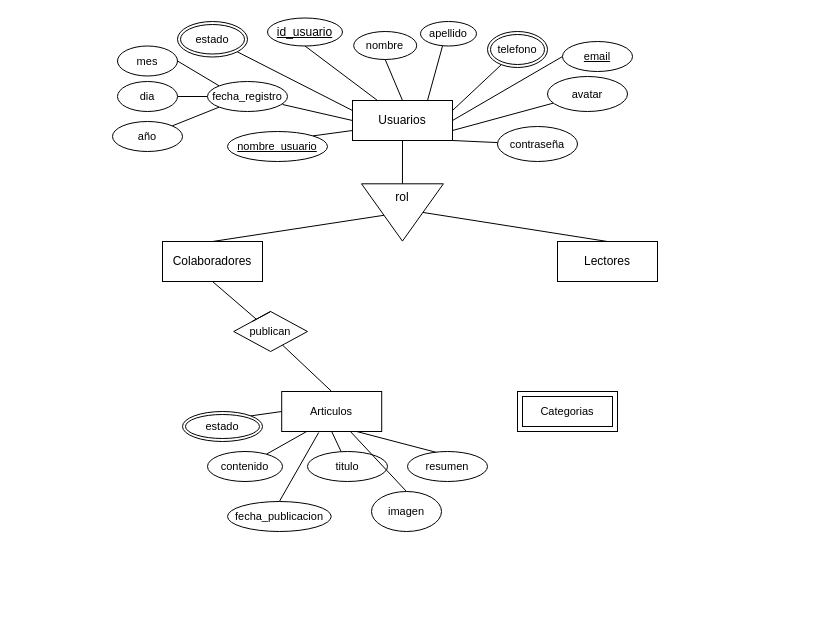
Before: Desafio_s5.drawio in mauricioarcez/desafios_info, a draw.io diagram. Source tidied: cells renumbered, new cells numbered last; positions are measured from the earlier drawing's top-left corner, leaving out a move shared by most shapes. Both pictures are drawn from the tidied source at 100%, with x=0, y=0 at pixel (112, 17).
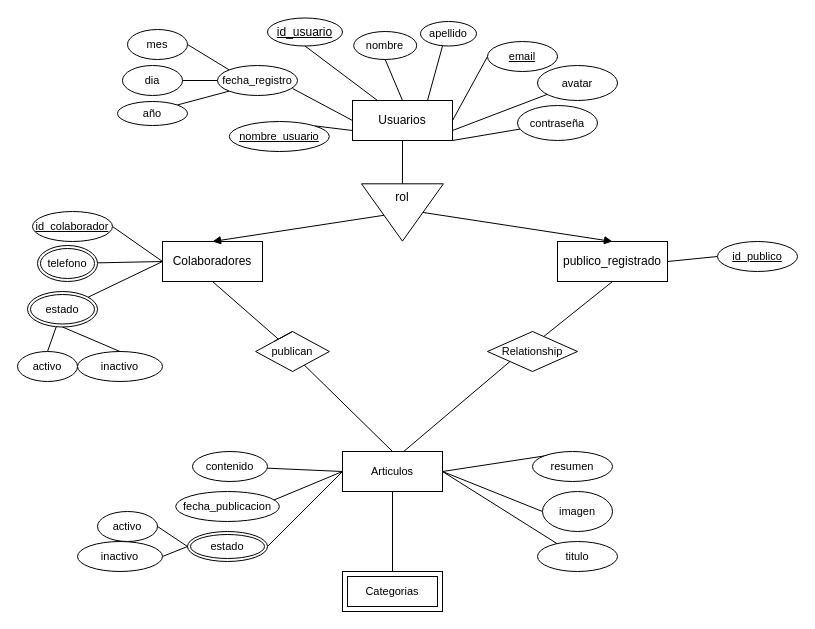
After the change.

The change refers to these unchanged cells:
```xml
<mxCell id="13" value="Usuarios" style="whiteSpace=wrap;html=1;align=center;" parent="1" vertex="1">
  <mxGeometry x="240" y="83" width="100" height="40" as="geometry" />
</mxCell>
<mxCell id="15" value="Colaboradores" style="whiteSpace=wrap;html=1;align=center;" parent="1" vertex="1">
  <mxGeometry x="50" y="224" width="100" height="40" as="geometry" />
</mxCell>
<mxCell id="17" value="rol" style="triangle;rotation=90;verticalAlign=top;align=center;labelPosition=center;verticalLabelPosition=middle;html=1;whiteSpace=wrap;spacing=2;spacingBottom=5;spacingLeft=0;spacingRight=0;fontSize=12;horizontal=0;spacingTop=0;" parent="1" vertex="1">
  <mxGeometry x="261.3" y="154" width="57.3" height="81.9" as="geometry" />
</mxCell>
```

Change to the diagram source:
```diff
@@
-    <mxCell id="6" style="edgeStyle=none;shape=connector;rounded=0;jettySize=auto;html=1;exitX=1;exitY=0.25;exitDx=0;exitDy=0;labelBackgroundColor=default;strokeColor=default;fontFamily=Helvetica;fontSize=11;fontColor=default;endArrow=none;endFill=0;" parent="1" edge="1" source="13" target="28">
+    <mxCell id="6" style="edgeStyle=none;shape=connector;rounded=0;jettySize=auto;html=1;exitX=0;exitY=0.5;exitDx=0;exitDy=0;labelBackgroundColor=default;strokeColor=default;fontFamily=Helvetica;fontSize=11;fontColor=default;endArrow=none;endFill=0;" parent="1" edge="1" source="15" target="28">
       <mxGeometry relative="1" as="geometry" />
     </mxCell>
-    <mxCell id="7" style="edgeStyle=none;shape=connector;rounded=0;jettySize=auto;html=1;labelBackgroundColor=default;strokeColor=default;fontFamily=Helvetica;fontSize=11;fontColor=default;endArrow=none;endFill=0;exitX=0;exitY=0.25;exitDx=0;exitDy=0;" parent="1" edge="1" source="13" target="29">
+    <mxCell id="7" style="edgeStyle=none;shape=connector;rounded=0;jettySize=auto;html=1;labelBackgroundColor=default;strokeColor=default;fontFamily=Helvetica;fontSize=11;fontColor=default;endArrow=none;endFill=0;exitX=0;exitY=0.5;exitDx=0;exitDy=0;" parent="1" edge="1" source="15" target="29">
       <mxGeometry relative="1" as="geometry" />
     </mxCell>
@@
+    <mxCell id="56" style="edgeStyle=none;shape=connector;rounded=0;jettySize=auto;html=1;exitX=0;exitY=0.5;exitDx=0;exitDy=0;entryX=1;entryY=0.5;entryDx=0;entryDy=0;labelBackgroundColor=default;strokeColor=default;fontFamily=Helvetica;fontSize=11;fontColor=default;endArrow=none;endFill=0;" parent="1" edge="1" source="15" target="64">
+      <mxGeometry relative="1" as="geometry" />
+    </mxCell>
@@
+    <mxCell id="57" style="rounded=0;jettySize=auto;html=1;exitX=0;exitY=1;exitDx=0;exitDy=0;endArrow=none;endFill=0;entryX=0.6;entryY=0.025;entryDx=0;entryDy=0;entryPerimeter=0;" parent="1" edge="1" source="62" target="26">
+      <mxGeometry relative="1" as="geometry" />
+    </mxCell>
+    <mxCell id="58" style="edgeStyle=none;shape=connector;rounded=0;jettySize=auto;html=1;exitX=1;exitY=0.5;exitDx=0;exitDy=0;entryX=0;entryY=0.5;entryDx=0;entryDy=0;labelBackgroundColor=default;strokeColor=default;fontFamily=Helvetica;fontSize=11;fontColor=default;endArrow=none;endFill=0;" parent="1" edge="1" source="16" target="65">
+      <mxGeometry relative="1" as="geometry" />
+    </mxCell>
-    <mxCell id="16" value="Lectores" style="whiteSpace=wrap;html=1;align=center;" parent="1" vertex="1">
-      <mxGeometry x="445" y="224" width="100" height="40" as="geometry" />
+    <mxCell id="16" value="publico_registrado" style="whiteSpace=wrap;html=1;align=center;" parent="1" vertex="1">
+      <mxGeometry x="445" y="224" width="110" height="40" as="geometry" />
     </mxCell>
@@
-    <mxCell id="18" style="endArrow=none;html=1;rounded=0;exitX=0.5;exitY=0;exitDx=0;exitDy=0;" parent="1" edge="1" source="15" target="17">
+    <mxCell id="18" style="endArrow=none;html=1;rounded=0;exitX=0.5;exitY=0;exitDx=0;exitDy=0;endFill=0;startArrow=block;startFill=1;" parent="1" edge="1" source="15" target="17">
       <mxGeometry relative="1" as="geometry" />
     </mxCell>
-    <mxCell id="19" style="endArrow=none;html=1;rounded=0;exitX=0.5;exitY=0;exitDx=0;exitDy=0;entryX=0.5;entryY=0;entryDx=0;entryDy=0;" parent="1" edge="1" source="17" target="16">
+    <mxCell id="19" style="endArrow=block;html=1;rounded=0;exitX=0.5;exitY=0;exitDx=0;exitDy=0;entryX=0.5;entryY=0;entryDx=0;entryDy=0;endFill=1;" parent="1" edge="1" source="17" target="16">
       <mxGeometry relative="1" as="geometry" />
     </mxCell>
@@
-    <mxCell id="23" style="edgeStyle=none;shape=connector;rounded=0;jettySize=auto;html=1;exitX=0.25;exitY=1;exitDx=0;exitDy=0;labelBackgroundColor=default;strokeColor=default;fontFamily=Helvetica;fontSize=11;fontColor=default;endArrow=none;endFill=0;" parent="1" edge="1" source="26" target="47">
+    <mxCell id="23" style="edgeStyle=none;shape=connector;rounded=0;jettySize=auto;html=1;labelBackgroundColor=default;strokeColor=default;fontFamily=Helvetica;fontSize=11;fontColor=default;endArrow=none;endFill=0;exitX=0;exitY=0.5;exitDx=0;exitDy=0;" parent="1" edge="1" source="26" target="47">
       <mxGeometry relative="1" as="geometry" />
     </mxCell>
-    <mxCell id="24" style="edgeStyle=none;shape=connector;rounded=0;jettySize=auto;html=1;exitX=0.5;exitY=1;exitDx=0;exitDy=0;labelBackgroundColor=default;strokeColor=default;fontFamily=Helvetica;fontSize=11;fontColor=default;endArrow=none;endFill=0;" parent="1" edge="1" source="26" target="48">
+    <mxCell id="24" style="edgeStyle=none;shape=connector;rounded=0;jettySize=auto;html=1;exitX=1;exitY=0.5;exitDx=0;exitDy=0;labelBackgroundColor=default;strokeColor=default;fontFamily=Helvetica;fontSize=11;fontColor=default;endArrow=none;endFill=0;" parent="1" edge="1" source="26" target="48">
       <mxGeometry relative="1" as="geometry" />
     </mxCell>
-    <mxCell id="25" style="edgeStyle=none;shape=connector;rounded=0;jettySize=auto;html=1;exitX=0.75;exitY=1;exitDx=0;exitDy=0;entryX=0.39;entryY=0.05;entryDx=0;entryDy=0;entryPerimeter=0;labelBackgroundColor=default;strokeColor=default;fontFamily=Helvetica;fontSize=11;fontColor=default;endArrow=none;endFill=0;" parent="1" edge="1" source="26" target="49">
+    <mxCell id="25" style="edgeStyle=none;shape=connector;rounded=0;jettySize=auto;html=1;entryX=0.39;entryY=0.05;entryDx=0;entryDy=0;entryPerimeter=0;labelBackgroundColor=default;strokeColor=default;fontFamily=Helvetica;fontSize=11;fontColor=default;endArrow=none;endFill=0;exitX=1;exitY=0.5;exitDx=0;exitDy=0;" parent="1" edge="1" source="26" target="49">
       <mxGeometry relative="1" as="geometry" />
     </mxCell>
+    <mxCell id="59" style="rounded=0;jettySize=auto;html=1;exitX=0.5;exitY=1;exitDx=0;exitDy=0;entryX=0.5;entryY=0;entryDx=0;entryDy=0;endArrow=none;endFill=0;" parent="1" edge="1" source="26" target="27">
+      <mxGeometry relative="1" as="geometry" />
+    </mxCell>
     <mxCell id="26" value="Articulos" style="whiteSpace=wrap;html=1;align=center;fontFamily=Helvetica;fontSize=11;fontColor=default;" parent="1" vertex="1">
-      <mxGeometry x="169.2" y="374" width="100" height="40" as="geometry" />
+      <mxGeometry x="230" y="434" width="100" height="40" as="geometry" />
     </mxCell>
     <mxCell id="27" value="Categorias" style="shape=ext;margin=3;double=1;whiteSpace=wrap;html=1;align=center;fontFamily=Helvetica;fontSize=11;fontColor=default;" parent="1" vertex="1">
-      <mxGeometry x="405" y="374" width="100" height="40" as="geometry" />
+      <mxGeometry x="230" y="554" width="100" height="40" as="geometry" />
     </mxCell>
     <mxCell id="28" value="telefono" style="ellipse;shape=doubleEllipse;margin=3;whiteSpace=wrap;html=1;align=center;fontFamily=Helvetica;fontSize=11;fontColor=default;" parent="1" vertex="1">
-      <mxGeometry x="375" y="14" width="60" height="36" as="geometry" />
+      <mxGeometry x="-75" y="228" width="60" height="36" as="geometry" />
     </mxCell>
     <mxCell id="29" value="estado" style="ellipse;shape=doubleEllipse;margin=3;whiteSpace=wrap;html=1;align=center;fontFamily=Helvetica;fontSize=11;fontColor=default;" parent="1" vertex="1">
-      <mxGeometry x="65" y="4" width="70" height="35.5" as="geometry" />
+      <mxGeometry x="-85" y="274" width="70" height="35.5" as="geometry" />
     </mxCell>
     <mxCell id="30" value="email" style="ellipse;whiteSpace=wrap;html=1;align=center;fontFamily=Helvetica;fontSize=11;fontColor=default;fontStyle=4;" parent="1" vertex="1">
-      <mxGeometry x="450" y="24" width="70" height="30" as="geometry" />
+      <mxGeometry x="375" y="24" width="70" height="30" as="geometry" />
     </mxCell>
@@
     <mxCell id="35" value="fecha_registro" style="ellipse;whiteSpace=wrap;html=1;align=center;fontFamily=Helvetica;fontSize=11;fontColor=default;" parent="1" vertex="1">
-      <mxGeometry x="95" y="64" width="80" height="30" as="geometry" />
+      <mxGeometry x="105" y="48" width="80" height="30" as="geometry" />
     </mxCell>
     <mxCell id="36" value="mes" style="ellipse;whiteSpace=wrap;html=1;align=center;fontFamily=Helvetica;fontSize=11;fontColor=default;" parent="1" vertex="1">
-      <mxGeometry x="5" y="28.5" width="60" height="30" as="geometry" />
+      <mxGeometry x="15" y="12" width="60" height="30" as="geometry" />
     </mxCell>
     <mxCell id="37" value="dia" style="ellipse;whiteSpace=wrap;html=1;align=center;fontFamily=Helvetica;fontSize=11;fontColor=default;" parent="1" vertex="1">
-      <mxGeometry x="5" y="64" width="60" height="30" as="geometry" />
+      <mxGeometry x="10" y="48" width="60" height="30" as="geometry" />
     </mxCell>
     <mxCell id="38" value="año" style="ellipse;whiteSpace=wrap;html=1;align=center;fontFamily=Helvetica;fontSize=11;fontColor=default;" parent="1" vertex="1">
-      <mxGeometry y="104" width="70" height="30" as="geometry" />
+      <mxGeometry x="5" y="84" width="70" height="24" as="geometry" />
     </mxCell>
     <mxCell id="39" value="avatar" style="ellipse;whiteSpace=wrap;html=1;align=center;fontFamily=Helvetica;fontSize=11;fontColor=default;" parent="1" vertex="1">
-      <mxGeometry x="435" y="59" width="80" height="35" as="geometry" />
+      <mxGeometry x="425" y="48" width="80" height="35" as="geometry" />
     </mxCell>
     <mxCell id="40" value="nombre_usuario" style="ellipse;whiteSpace=wrap;html=1;align=center;fontStyle=4;fontFamily=Helvetica;fontSize=11;fontColor=default;" parent="1" vertex="1">
-      <mxGeometry x="115" y="114" width="100" height="30" as="geometry" />
+      <mxGeometry x="116.8" y="104" width="100" height="30" as="geometry" />
     </mxCell>
     <mxCell id="41" value="contraseña" style="ellipse;whiteSpace=wrap;html=1;align=center;fontFamily=Helvetica;fontSize=11;fontColor=default;" parent="1" vertex="1">
-      <mxGeometry x="385" y="109" width="80" height="35" as="geometry" />
+      <mxGeometry x="405" y="88" width="80" height="35" as="geometry" />
     </mxCell>
@@
     <mxCell id="44" value="publican" style="shape=rhombus;perimeter=rhombusPerimeter;whiteSpace=wrap;html=1;align=center;fontFamily=Helvetica;fontSize=11;fontColor=default;" parent="1" vertex="1">
-      <mxGeometry x="121.2" y="294" width="73.8" height="40" as="geometry" />
+      <mxGeometry x="143.1" y="314" width="73.8" height="40" as="geometry" />
     </mxCell>
@@
     <mxCell id="47" value="contenido" style="ellipse;whiteSpace=wrap;html=1;align=center;fontFamily=Helvetica;fontSize=11;fontColor=default;" parent="1" vertex="1">
-      <mxGeometry x="95" y="434" width="75" height="30" as="geometry" />
+      <mxGeometry x="80" y="434" width="75" height="30" as="geometry" />
     </mxCell>
     <mxCell id="48" value="titulo" style="ellipse;whiteSpace=wrap;html=1;align=center;fontFamily=Helvetica;fontSize=11;fontColor=default;" parent="1" vertex="1">
-      <mxGeometry x="195" y="434" width="80" height="30" as="geometry" />
+      <mxGeometry x="425" y="524" width="80" height="30" as="geometry" />
     </mxCell>
     <mxCell id="49" value="resumen" style="ellipse;whiteSpace=wrap;html=1;align=center;fontFamily=Helvetica;fontSize=11;fontColor=default;" parent="1" vertex="1">
-      <mxGeometry x="295" y="434" width="80" height="30" as="geometry" />
+      <mxGeometry x="420" y="434" width="80" height="30" as="geometry" />
     </mxCell>
-    <mxCell id="50" style="edgeStyle=none;shape=connector;rounded=0;jettySize=auto;html=1;exitX=0.5;exitY=0;exitDx=0;exitDy=0;labelBackgroundColor=default;strokeColor=default;fontFamily=Helvetica;fontSize=11;fontColor=default;endArrow=none;endFill=0;" parent="1" edge="1" source="51" target="26">
+    <mxCell id="50" style="edgeStyle=none;shape=connector;rounded=0;jettySize=auto;html=1;exitX=0;exitY=0.5;exitDx=0;exitDy=0;labelBackgroundColor=default;strokeColor=default;fontFamily=Helvetica;fontSize=11;fontColor=default;endArrow=none;endFill=0;entryX=1;entryY=0.5;entryDx=0;entryDy=0;" parent="1" edge="1" source="51" target="26">
       <mxGeometry relative="1" as="geometry" />
     </mxCell>
     <mxCell id="51" value="imagen" style="ellipse;whiteSpace=wrap;html=1;align=center;fontFamily=Helvetica;fontSize=11;fontColor=default;" parent="1" vertex="1">
-      <mxGeometry x="259" y="474" width="70" height="40" as="geometry" />
+      <mxGeometry x="430" y="474" width="70" height="40" as="geometry" />
     </mxCell>
-    <mxCell id="52" style="edgeStyle=none;shape=connector;rounded=0;jettySize=auto;html=1;exitX=0.5;exitY=0;exitDx=0;exitDy=0;entryX=0.37;entryY=1.025;entryDx=0;entryDy=0;entryPerimeter=0;labelBackgroundColor=default;strokeColor=default;fontFamily=Helvetica;fontSize=11;fontColor=default;endArrow=none;endFill=0;" parent="1" edge="1" source="53" target="26">
+    <mxCell id="52" style="edgeStyle=none;shape=connector;rounded=0;jettySize=auto;html=1;exitX=0.936;exitY=0.3;exitDx=0;exitDy=0;labelBackgroundColor=default;strokeColor=default;fontFamily=Helvetica;fontSize=11;fontColor=default;endArrow=none;endFill=0;exitPerimeter=0;entryX=0;entryY=0.5;entryDx=0;entryDy=0;" parent="1" edge="1" source="53" target="26">
       <mxGeometry relative="1" as="geometry" />
     </mxCell>
     <mxCell id="53" value="fecha_publicacion" style="ellipse;whiteSpace=wrap;html=1;align=center;fontFamily=Helvetica;fontSize=11;fontColor=default;" parent="1" vertex="1">
-      <mxGeometry x="115" y="484" width="103.7" height="30" as="geometry" />
+      <mxGeometry x="63.2" y="474" width="103.7" height="30" as="geometry" />
     </mxCell>
-    <mxCell id="54" style="edgeStyle=none;shape=connector;rounded=0;jettySize=auto;html=1;exitX=1;exitY=0;exitDx=0;exitDy=0;entryX=0;entryY=0.5;entryDx=0;entryDy=0;labelBackgroundColor=default;strokeColor=default;fontFamily=Helvetica;fontSize=11;fontColor=default;endArrow=none;endFill=0;" parent="1" edge="1" source="55" target="26">
+    <mxCell id="54" style="edgeStyle=none;shape=connector;rounded=0;jettySize=auto;html=1;exitX=1;exitY=0.5;exitDx=0;exitDy=0;entryX=0;entryY=0.5;entryDx=0;entryDy=0;labelBackgroundColor=default;strokeColor=default;fontFamily=Helvetica;fontSize=11;fontColor=default;endArrow=none;endFill=0;" parent="1" edge="1" source="55" target="26">
       <mxGeometry relative="1" as="geometry" />
     </mxCell>
+    <mxCell id="60" style="edgeStyle=none;shape=connector;rounded=0;jettySize=auto;html=1;exitX=0;exitY=0.5;exitDx=0;exitDy=0;entryX=1;entryY=0.5;entryDx=0;entryDy=0;labelBackgroundColor=default;strokeColor=default;fontFamily=Helvetica;fontSize=11;fontColor=default;endArrow=none;endFill=0;" parent="1" edge="1" source="55" target="72">
+      <mxGeometry relative="1" as="geometry" />
+    </mxCell>
     <mxCell id="55" value="estado" style="ellipse;shape=doubleEllipse;margin=3;whiteSpace=wrap;html=1;align=center;fontFamily=Helvetica;fontSize=11;fontColor=default;" parent="1" vertex="1">
-      <mxGeometry x="70" y="394" width="80" height="30" as="geometry" />
+      <mxGeometry x="75" y="514" width="80" height="30" as="geometry" />
     </mxCell>
+    <mxCell id="61" style="rounded=0;jettySize=auto;html=1;exitX=0.5;exitY=1;exitDx=0;exitDy=0;endArrow=none;endFill=0;" parent="1" edge="1" source="16">
+      <mxGeometry relative="1" as="geometry">
+        <mxPoint x="425" y="324" as="targetPoint" />
+      </mxGeometry>
+    </mxCell>
+    <mxCell id="62" value="Relationship" style="shape=rhombus;perimeter=rhombusPerimeter;whiteSpace=wrap;html=1;align=center;fontFamily=Helvetica;fontSize=11;fontColor=default;" parent="1" vertex="1">
+      <mxGeometry x="375" y="314" width="90" height="40" as="geometry" />
+    </mxCell>
+    <mxCell id="63" style="edgeStyle=none;shape=connector;rounded=0;orthogonalLoop=1;jettySize=auto;html=1;exitX=0.5;exitY=1;exitDx=0;exitDy=0;labelBackgroundColor=default;strokeColor=default;fontFamily=Helvetica;fontSize=11;fontColor=default;endArrow=none;endFill=0;" parent="1" edge="1" source="48" target="48">
+      <mxGeometry relative="1" as="geometry" />
+    </mxCell>
+    <mxCell id="64" value="id_colaborador" style="ellipse;whiteSpace=wrap;html=1;align=center;fontStyle=4;fontFamily=Helvetica;fontSize=11;fontColor=default;" parent="1" vertex="1">
+      <mxGeometry x="-80" y="194" width="80" height="30" as="geometry" />
+    </mxCell>
+    <mxCell id="65" value="id_publico" style="ellipse;whiteSpace=wrap;html=1;align=center;fontStyle=4;fontFamily=Helvetica;fontSize=11;fontColor=default;" parent="1" vertex="1">
+      <mxGeometry x="605" y="224" width="80" height="30" as="geometry" />
+    </mxCell>
+    <mxCell id="66" style="edgeStyle=none;shape=connector;rounded=0;jettySize=auto;html=1;exitX=0.5;exitY=0;exitDx=0;exitDy=0;labelBackgroundColor=default;strokeColor=default;fontFamily=Helvetica;fontSize=11;fontColor=default;endArrow=none;endFill=0;" parent="1" edge="1" source="67" target="29">
+      <mxGeometry relative="1" as="geometry" />
+    </mxCell>
+    <mxCell id="67" value="activo" style="ellipse;whiteSpace=wrap;html=1;align=center;fontFamily=Helvetica;fontSize=11;fontColor=default;" parent="1" vertex="1">
+      <mxGeometry x="-95" y="334" width="60" height="30" as="geometry" />
+    </mxCell>
+    <mxCell id="68" style="edgeStyle=none;shape=connector;rounded=0;jettySize=auto;html=1;exitX=0.5;exitY=0;exitDx=0;exitDy=0;entryX=0.5;entryY=1;entryDx=0;entryDy=0;labelBackgroundColor=default;strokeColor=default;fontFamily=Helvetica;fontSize=11;fontColor=default;endArrow=none;endFill=0;" parent="1" edge="1" source="69" target="29">
+      <mxGeometry relative="1" as="geometry" />
+    </mxCell>
+    <mxCell id="69" value="inactivo" style="ellipse;whiteSpace=wrap;html=1;align=center;fontFamily=Helvetica;fontSize=11;fontColor=default;" parent="1" vertex="1">
+      <mxGeometry x="-35" y="334" width="85" height="30" as="geometry" />
+    </mxCell>
+    <mxCell id="70" style="edgeStyle=none;shape=connector;rounded=0;jettySize=auto;html=1;exitX=1;exitY=0.5;exitDx=0;exitDy=0;entryX=0;entryY=0.5;entryDx=0;entryDy=0;labelBackgroundColor=default;strokeColor=default;fontFamily=Helvetica;fontSize=11;fontColor=default;endArrow=none;endFill=0;" parent="1" edge="1" source="71" target="55">
+      <mxGeometry relative="1" as="geometry" />
+    </mxCell>
+    <mxCell id="71" value="activo" style="ellipse;whiteSpace=wrap;html=1;align=center;fontFamily=Helvetica;fontSize=11;fontColor=default;" parent="1" vertex="1">
+      <mxGeometry x="-15" y="494" width="60" height="30" as="geometry" />
+    </mxCell>
+    <mxCell id="72" value="inactivo" style="ellipse;whiteSpace=wrap;html=1;align=center;fontFamily=Helvetica;fontSize=11;fontColor=default;" parent="1" vertex="1">
+      <mxGeometry x="-35" y="524" width="85" height="30" as="geometry" />
+    </mxCell>
```
